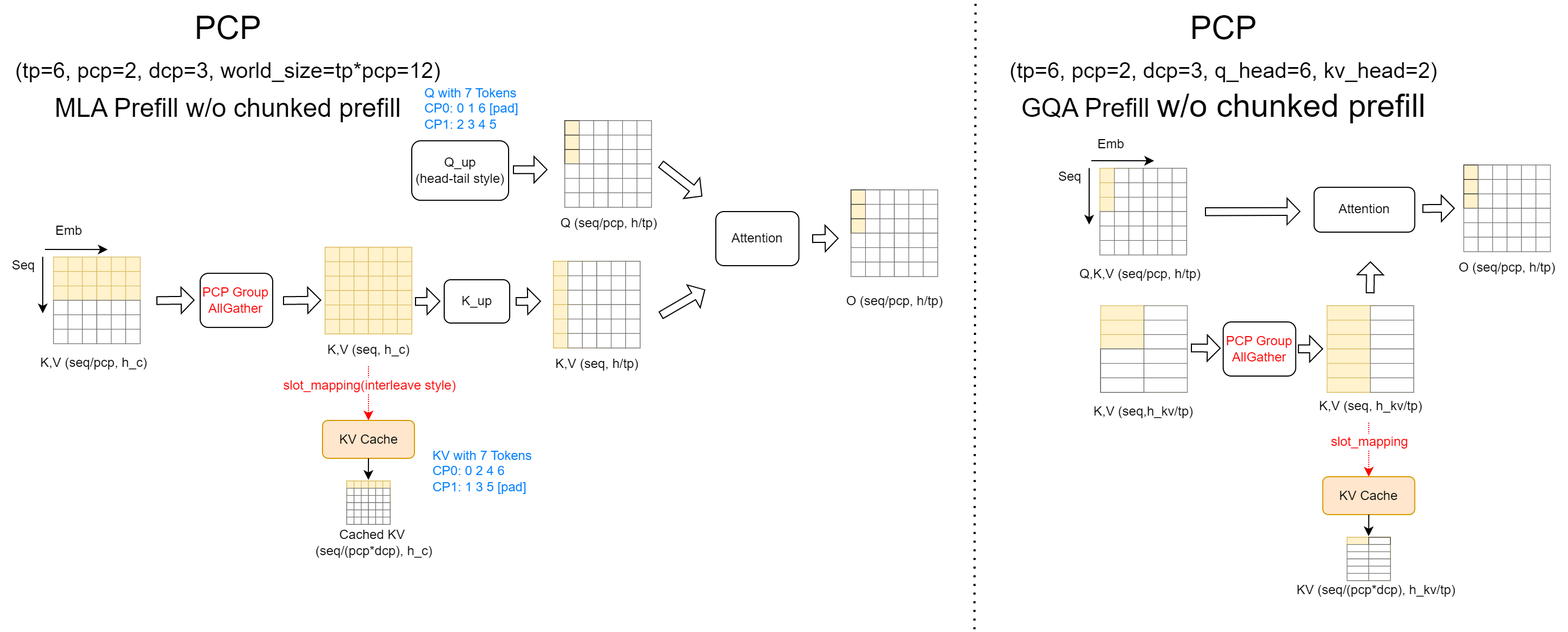
Above: docs/source/assets/cp/pcp-prefill.png in zzhx1/vllm-ascend (draw.io), before the change. Source tidied: cells renumbered, new cells last; positions are measured from the earlier drawing's top-left corner, leaving out a move shared by most shapes.
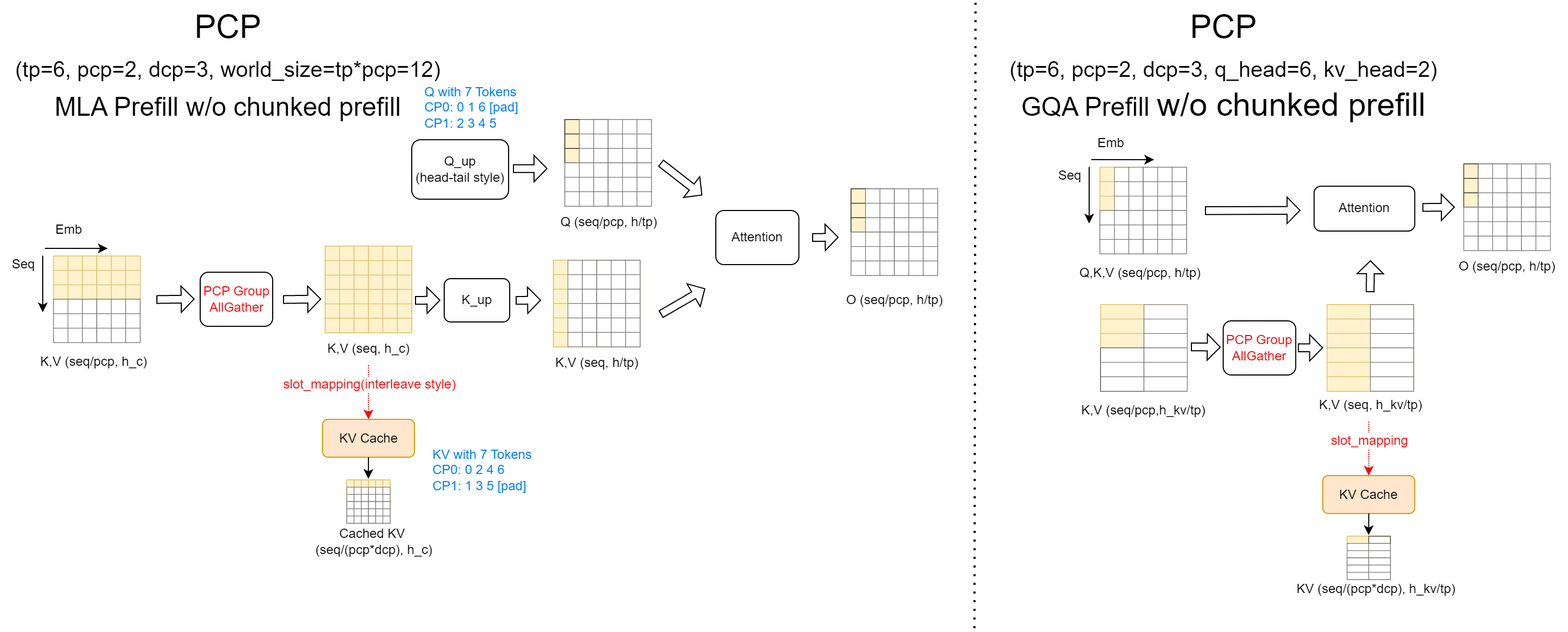
After the change.

Commit message:
[doc](cp) correct the prefill of GQA and adjust desc of block table. (#5697)

The edit, as a diff of the source:
```diff
@@ -1342,8 +1342,8 @@
     <mxCell id="418" style="rounded=0;whiteSpace=wrap;html=1;fillColor=#FFFFFF;strokeColor=#666666;strokeWidth=0.5;fontColor=#333333;" parent="415" vertex="1">
       <mxGeometry y="13.3" width="20" height="6.7" as="geometry" />
     </mxCell>
-    <mxCell id="419" value="K,V (seq,h_kv/tp)" style="text;html=1;align=center;verticalAlign=middle;strokeColor=none;fillColor=none;" parent="1" vertex="1">
-      <mxGeometry x="996" y="364.3" width="120" height="30" as="geometry" />
+    <mxCell id="419" value="K,V (seq/pcp,h_kv/tp)" style="text;html=1;align=center;verticalAlign=middle;strokeColor=none;fillColor=none;" parent="1" vertex="1">
+      <mxGeometry x="986" y="364.3" width="140" height="30" as="geometry" />
     </mxCell>
     <mxCell id="420" style="group;strokeWidth=0.5;fillColor=#fff2cc;strokeColor=#d6b656;" parent="1" vertex="1">
       <mxGeometry x="1016.7" y="281" width="80" height="80" as="geometry" />
```
